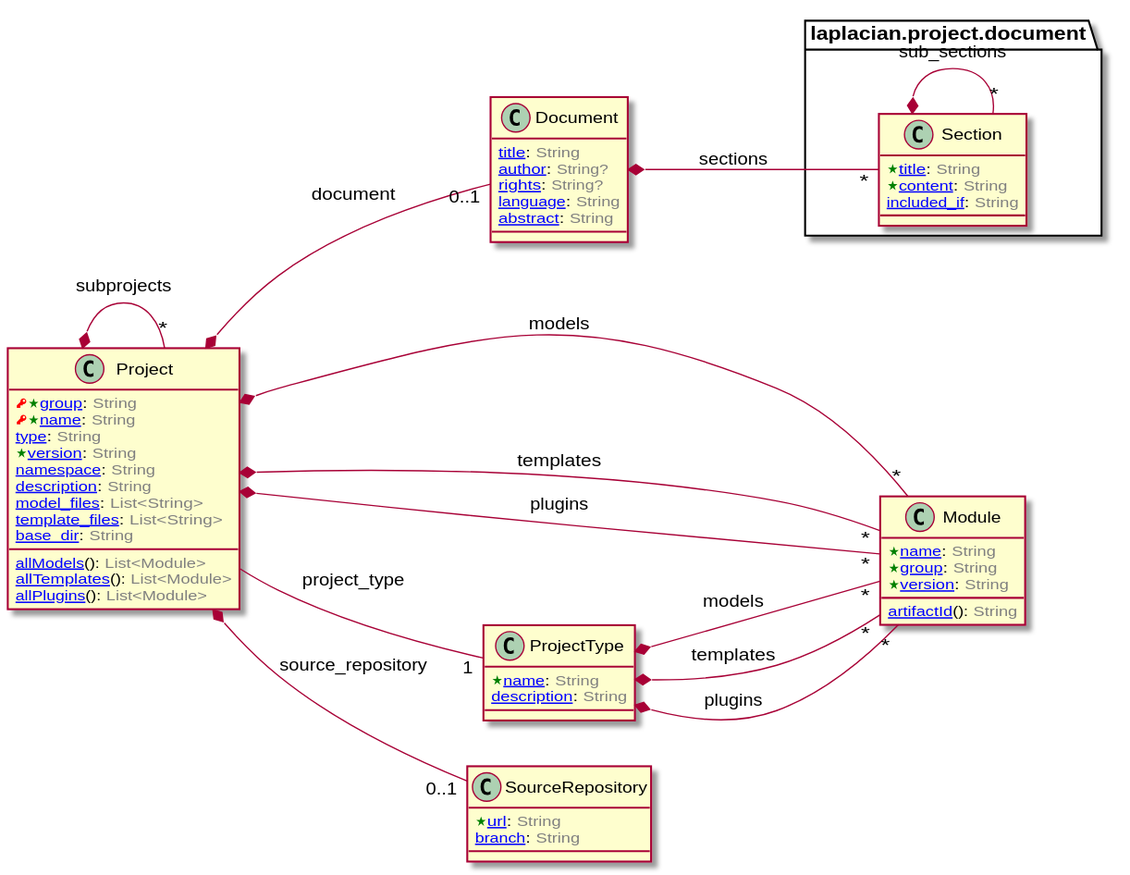
Before: doc/image/model-diagram.svg, a diagram exported from PlantUML (laplacian-core/project.domain-model). Its diagram source:
```plantuml
@startuml
left to right direction


class Document [[/blob/master/doc/entities/Document.md]] {
  [[/blob/master/doc/entities/Document.md#title-string title]]: <color:GRAY>String</color>
  [[/blob/master/doc/entities/Document.md#author-string author]]: <color:GRAY>String?</color>
  [[/blob/master/doc/entities/Document.md#rights-string rights]]: <color:GRAY>String?</color>
  [[/blob/master/doc/entities/Document.md#language-string language]]: <color:GRAY>String</color>
  [[/blob/master/doc/entities/Document.md#abstract-string abstract]]: <color:GRAY>String</color>
}





package laplacian.project.document {
  class Section {
  }
}


Document *-- "*" Section : sections




class Section [[/blob/master/doc/entities/Section.md]] {
  <color:Green><&star></color>[[/blob/master/doc/entities/Section.md#title-string title]]: <color:GRAY>String</color>
  <color:Green><&star></color>[[/blob/master/doc/entities/Section.md#content-string content]]: <color:GRAY>String</color>
  [[/blob/master/doc/entities/Section.md#included_if-string included_if]]: <color:GRAY>String</color>
}






Section *-- "*" Section : sub_sections




class Module [[/blob/master/doc/entities/Module.md]] {
  <color:Green><&star></color>[[/blob/master/doc/entities/Module.md#name-string name]]: <color:GRAY>String</color>
  <color:Green><&star></color>[[/blob/master/doc/entities/Module.md#group-string group]]: <color:GRAY>String</color>
  <color:Green><&star></color>[[/blob/master/doc/entities/Module.md#version-string version]]: <color:GRAY>String</color>
  [[/blob/master/doc/entities/Module.md#artifact_id-string artifactId]](): <color:GRAY>String</color>
}




class Project [[/blob/master/doc/entities/Project.md]] {
  <color:RED><&key></color><color:Green><&star></color>[[/blob/master/doc/entities/Project.md#group-string group]]: <color:GRAY>String</color>
  <color:RED><&key></color><color:Green><&star></color>[[/blob/master/doc/entities/Project.md#name-string name]]: <color:GRAY>String</color>
  [[/blob/master/doc/entities/Project.md#type-string type]]: <color:GRAY>String</color>
  <color:Green><&star></color>[[/blob/master/doc/entities/Project.md#version-string version]]: <color:GRAY>String</color>
  [[/blob/master/doc/entities/Project.md#namespace-string namespace]]: <color:GRAY>String</color>
  [[/blob/master/doc/entities/Project.md#description-string description]]: <color:GRAY>String</color>
  [[/blob/master/doc/entities/Project.md#model_files-listString model_files]]: <color:GRAY>List<String></color>
  [[/blob/master/doc/entities/Project.md#template_files-listString template_files]]: <color:GRAY>List<String></color>
  [[/blob/master/doc/entities/Project.md#base_dir-string base_dir]]: <color:GRAY>String</color>
  [[/blob/master/doc/entities/Project.md#all_models-listModule allModels]](): <color:GRAY>List<Module></color>
  [[/blob/master/doc/entities/Project.md#all_templates-listModule allTemplates]](): <color:GRAY>List<Module></color>
  [[/blob/master/doc/entities/Project.md#all_plugins-listModule allPlugins]](): <color:GRAY>List<Module></color>
}






Project -- "1" ProjectType : project_type






Project *-- "*" Project : subprojects






Project *-- "0..1" SourceRepository : source_repository






Project *-- "0..1" Document : document






Project *-- "*" Module : models






Project *-- "*" Module : templates






Project *-- "*" Module : plugins




class ProjectType [[/blob/master/doc/entities/ProjectType.md]] {
  <color:Green><&star></color>[[/blob/master/doc/entities/ProjectType.md#name-string name]]: <color:GRAY>String</color>
  [[/blob/master/doc/entities/ProjectType.md#description-string description]]: <color:GRAY>String</color>
}






ProjectType *-- "*" Module : models






ProjectType *-- "*" Module : templates






ProjectType *-- "*" Module : plugins




class SourceRepository [[/blob/master/doc/entities/SourceRepository.md]] {
  <color:Green><&star></color>[[/blob/master/doc/entities/SourceRepository.md#url-string url]]: <color:GRAY>String</color>
  [[/blob/master/doc/entities/SourceRepository.md#branch-string branch]]: <color:GRAY>String</color>
}



@enduml
```
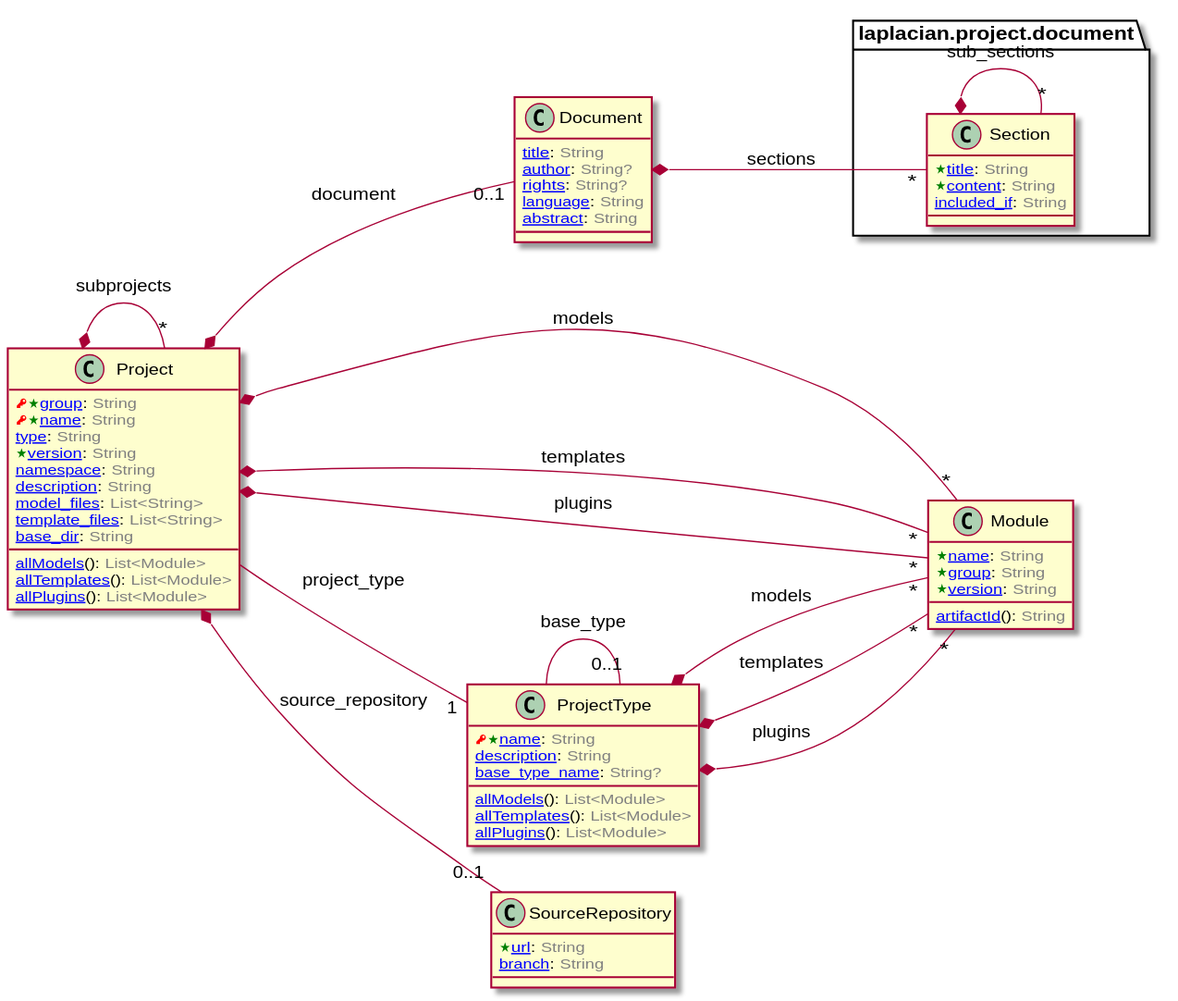
Later version of the same file.

Diff of the diagram source:
```diff
@@ -119,9 +119,20 @@
 
 
 class ProjectType [[/blob/master/doc/entities/ProjectType.md]] {
-  <color:Green><&star></color>[[/blob/master/doc/entities/ProjectType.md#name-string name]]: <color:GRAY>String</color>
+  <color:RED><&key></color><color:Green><&star></color>[[/blob/master/doc/entities/ProjectType.md#name-string name]]: <color:GRAY>String</color>
   [[/blob/master/doc/entities/ProjectType.md#description-string description]]: <color:GRAY>String</color>
+  [[/blob/master/doc/entities/ProjectType.md#base_type_name-string base_type_name]]: <color:GRAY>String?</color>
+  [[/blob/master/doc/entities/ProjectType.md#all_models-listModule allModels]](): <color:GRAY>List<Module></color>
+  [[/blob/master/doc/entities/ProjectType.md#all_templates-listModule allTemplates]](): <color:GRAY>List<Module></color>
+  [[/blob/master/doc/entities/ProjectType.md#all_plugins-listModule allPlugins]](): <color:GRAY>List<Module></color>
 }
+
+
+
+
+
+
+ProjectType -- "0..1" ProjectType : base_type
 
 
 
```
